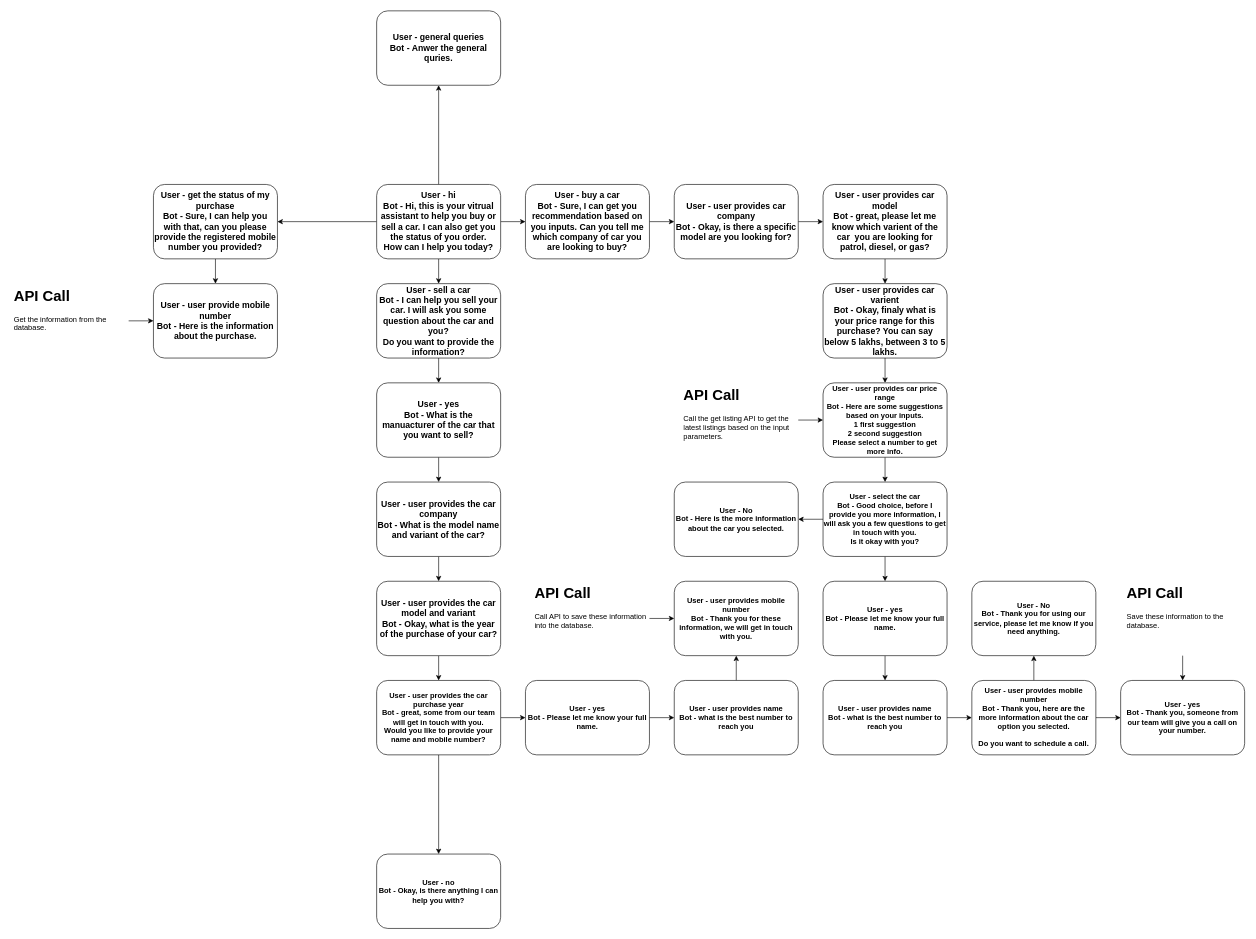
Earlier version of the draw.io diagram flowchart.drawio (RajK-NeetiAI/Car-Sales-Dialogflow). Source tidied: cells renumbered, new cells numbered last; positions are measured from the earlier drawing's top-left corner, leaving out a move shared by most shapes. Both pictures are drawn from the tidied source at 62%, with x=0, y=0 at pixel (11, 11).
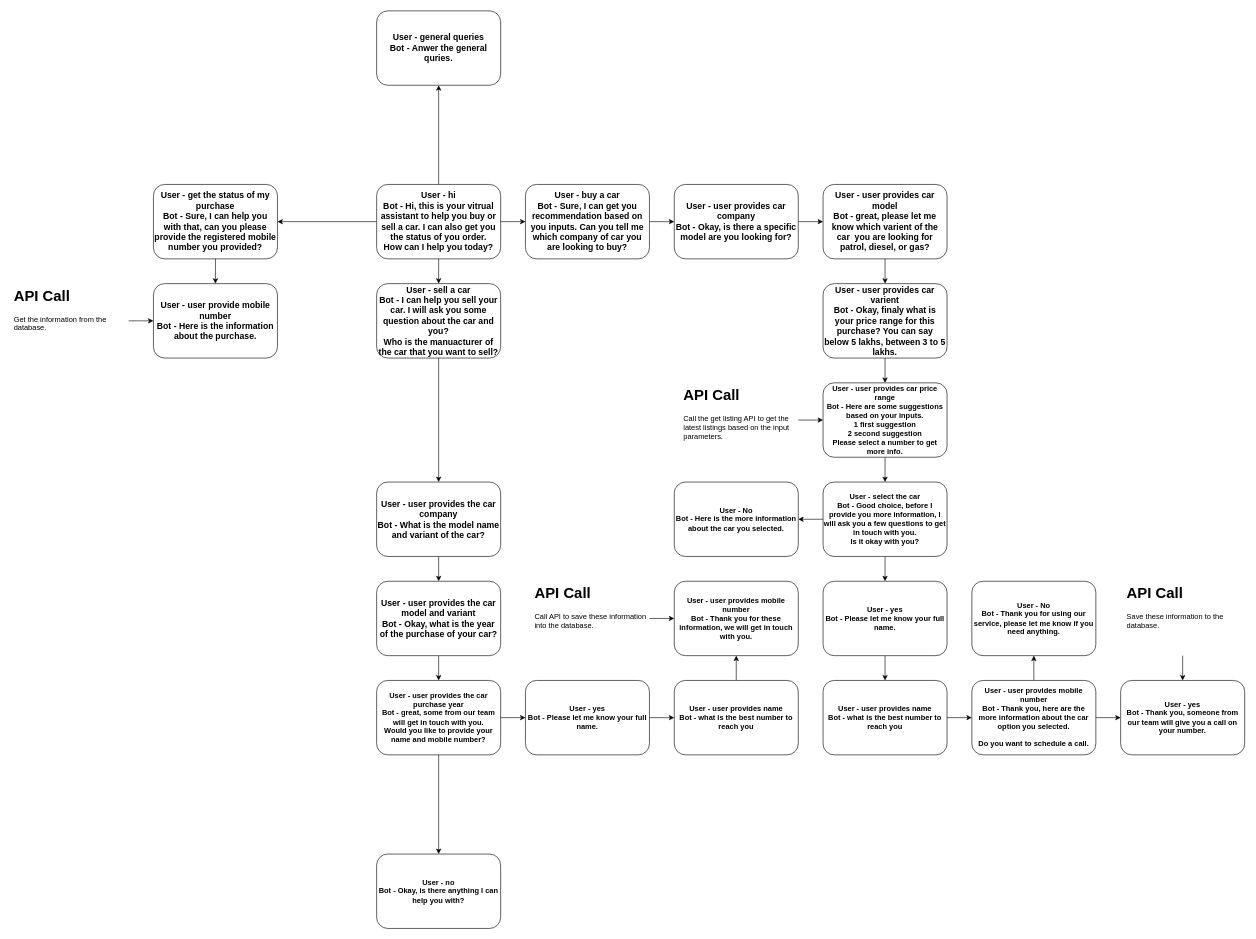
After the change.

Commit message (it also covers changes not shown here):
added sell flow

Unchanged cells that the change refers to:
```xml
<mxCell id="37" value="&lt;b&gt;&lt;font style=&quot;font-size: 14px;&quot;&gt;User - user provides the car company&lt;br&gt;Bot - What is the model name and variant of the car?&lt;/font&gt;&lt;/b&gt;" style="rounded=1;whiteSpace=wrap;html=1;" parent="1" vertex="1">
  <mxGeometry x="590" y="760" width="200" height="120" as="geometry" />
</mxCell>
```

Change to the diagram source:
```diff
@@
-    <mxCell id="32" style="edgeStyle=orthogonalEdgeStyle;rounded=0;jettySize=auto;html=1;" parent="1" edge="1" source="33" target="35">
-      <mxGeometry relative="1" as="geometry" />
-    </mxCell>
+    <mxCell id="59" style="edgeStyle=orthogonalEdgeStyle;rounded=0;jettySize=auto;html=1;" parent="1" edge="1" source="33" target="37">
+      <mxGeometry relative="1" as="geometry" />
+    </mxCell>
-    <mxCell id="33" value="&lt;b&gt;&lt;font style=&quot;font-size: 14px;&quot;&gt;User - sell a car&lt;br&gt;Bot - I can help you sell your car. I will ask you some question about the car and you?&lt;br&gt;Do you want to provide the information?&lt;br&gt;&lt;/font&gt;&lt;/b&gt;" style="rounded=1;whiteSpace=wrap;html=1;" parent="1" vertex="1">
+    <mxCell id="33" value="&lt;b&gt;&lt;font style=&quot;font-size: 14px;&quot;&gt;User - sell a car&lt;br&gt;Bot - I can help you sell your car. I will ask you some question about the car and you?&lt;br&gt;&lt;/font&gt;&lt;/b&gt;&lt;b&gt;&lt;font style=&quot;font-size: 14px;&quot;&gt;Who is the manuacturer of the car that you want to sell?&lt;/font&gt;&lt;/b&gt;&lt;b&gt;&lt;font style=&quot;font-size: 14px;&quot;&gt;&lt;br&gt;&lt;/font&gt;&lt;/b&gt;" style="rounded=1;whiteSpace=wrap;html=1;" parent="1" vertex="1">
       <mxGeometry x="590" y="440" width="200" height="120" as="geometry" />
     </mxCell>
-    <mxCell id="34" style="edgeStyle=orthogonalEdgeStyle;rounded=0;jettySize=auto;html=1;" parent="1" edge="1" source="35" target="37">
-      <mxGeometry relative="1" as="geometry" />
-    </mxCell>
-    <mxCell id="35" value="&lt;b&gt;&lt;font style=&quot;font-size: 14px;&quot;&gt;User - yes&lt;br&gt;Bot - What is the manuacturer of the car that you want to sell?&lt;/font&gt;&lt;/b&gt;" style="rounded=1;whiteSpace=wrap;html=1;" parent="1" vertex="1">
-      <mxGeometry x="590" y="600" width="200" height="120" as="geometry" />
-    </mxCell>
```
